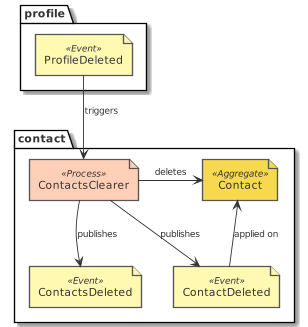
Earlier version of the PlantUML export paper/design_contact_eventstorming_contacts_clearer.png (tmorin/dorders).
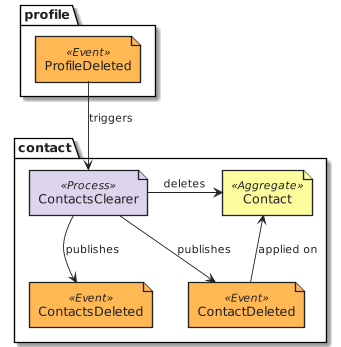
After the change.

Diff of the diagram source:
```diff
@@ -1,14 +1,13 @@
 @startuml design_contact_eventstorming_contacts_clearer
-!include common.puml
-!include ../.gdiag/plantuml-libs/eventstorming/eventstorming-all.puml
+!include common.eventstorming.puml
 package profile {
-  event('ProfileDeleted')
+  Event('ProfileDeleted')
 }
 package contact {
-  process('ContactsClearer')
-  aggregate('Contact')
-  event('ContactDeleted')
-  event('ContactsDeleted')
+  Process('ContactsClearer')
+  Aggregate('Contact')
+  Event('ContactDeleted')
+  Event('ContactsDeleted')
 }
 ProfileDeleted --> ContactsClearer : triggers
 ContactsClearer -r-> Contact : deletes
```
